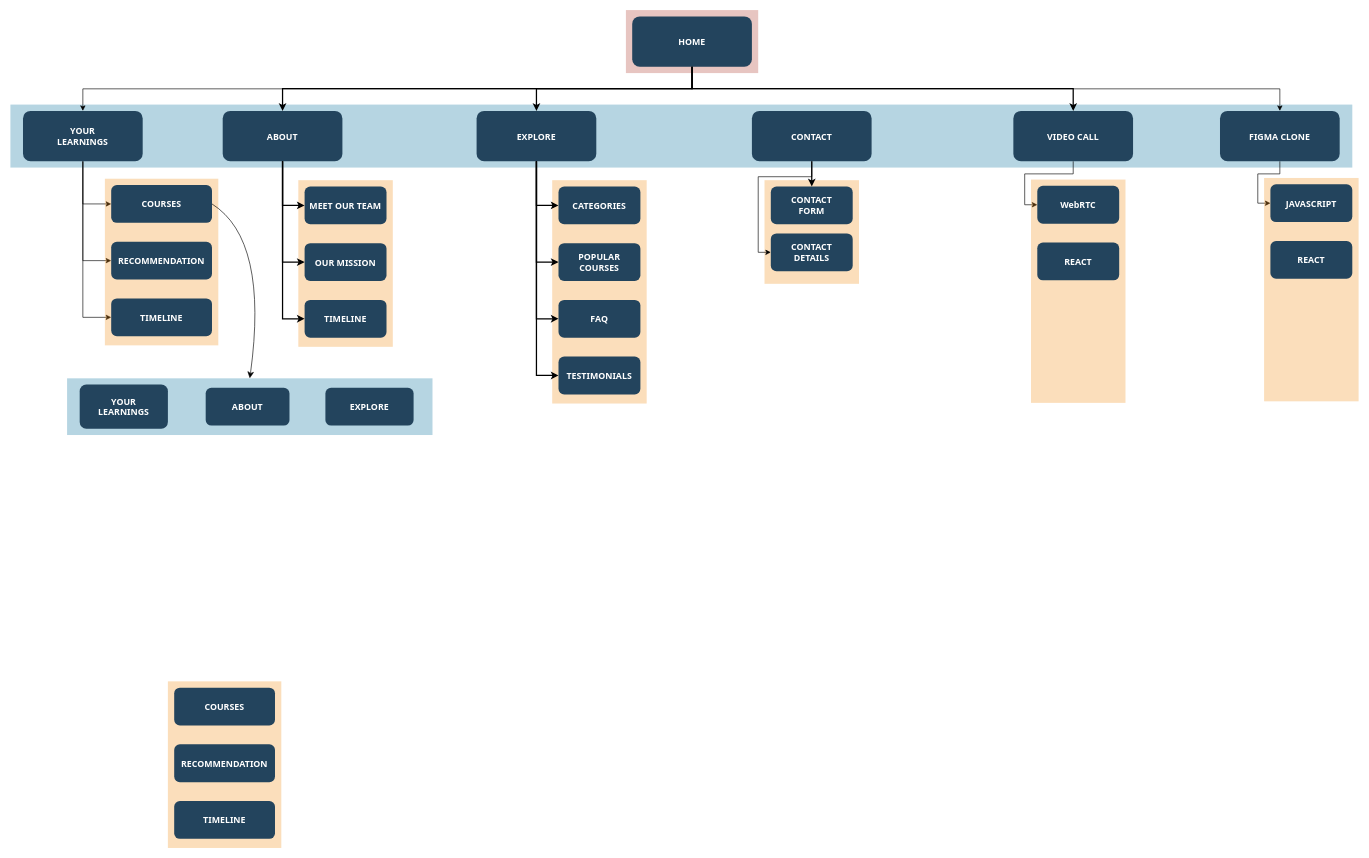
Above: Sitemap.drawio in ayush-ranjan07/DynamiX (draw.io), before the change. Source tidied: cells renumbered, new cells numbered last; positions are measured from the earlier drawing's top-left corner, leaving out a move shared by most shapes. Both pictures are drawn from the tidied source at 63%, with x=0, y=0 at pixel (10, 10).
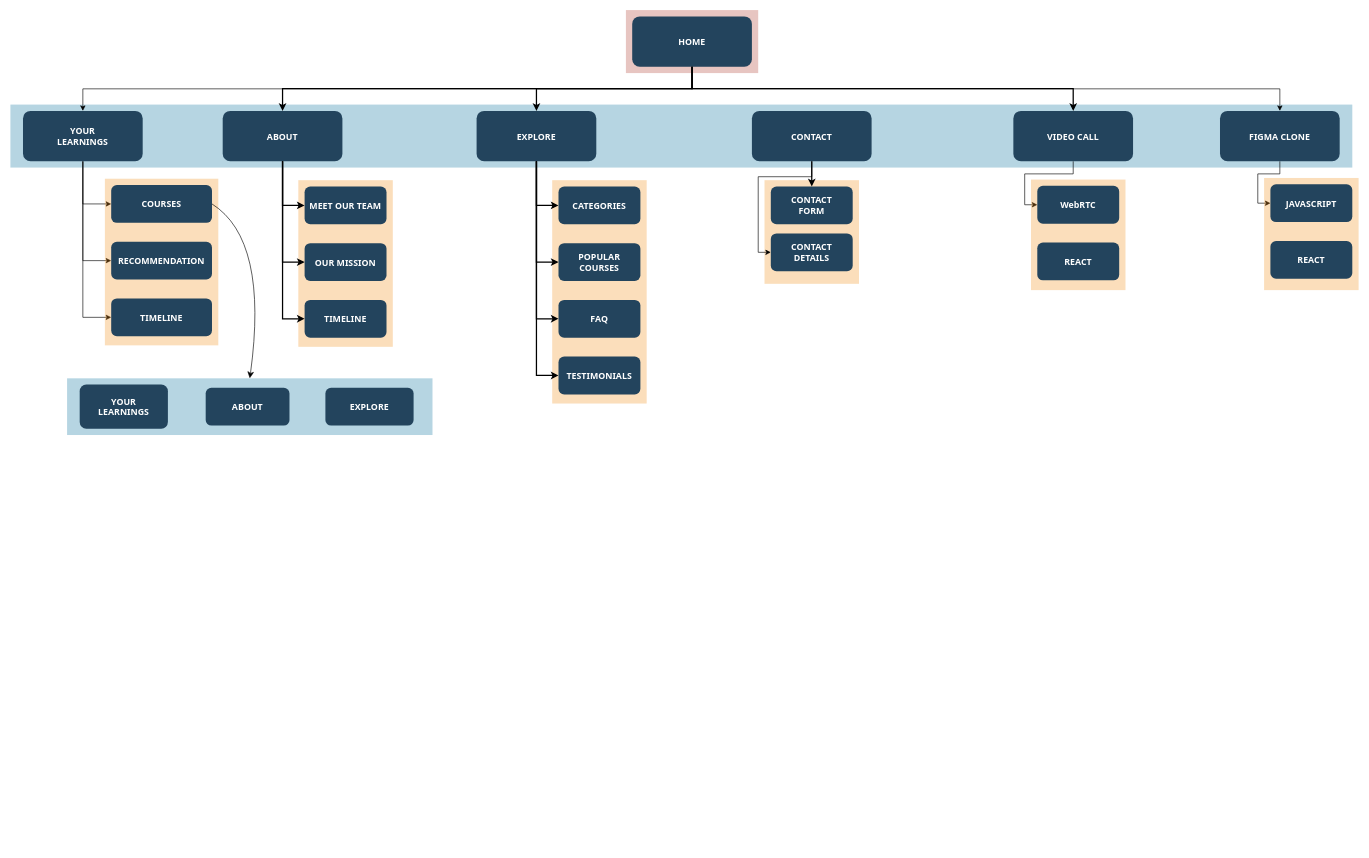
The same diagram, later.

What changed in the source:
```diff
@@
-    <mxCell id="48" style="fillColor=#F2931E;strokeColor=none;opacity=30;" parent="1" vertex="1">
-      <mxGeometry x="250" y="1065" width="180" height="264.5" as="geometry" />
-    </mxCell>
-    <mxCell id="49" value="COURSES" style="rounded=1;fillColor=#23445D;gradientColor=none;strokeColor=none;fontColor=#FFFFFF;fontStyle=1;fontFamily=Tahoma;fontSize=14;" parent="1" vertex="1">
-      <mxGeometry x="260" y="1075" width="160" height="60" as="geometry" />
-    </mxCell>
-    <mxCell id="50" value="RECOMMENDATION" style="rounded=1;fillColor=#23445D;gradientColor=none;strokeColor=none;fontColor=#FFFFFF;fontStyle=1;fontFamily=Tahoma;fontSize=14;" parent="1" vertex="1">
-      <mxGeometry x="260" y="1165" width="160" height="60" as="geometry" />
-    </mxCell>
-    <mxCell id="51" value="TIMELINE" style="rounded=1;fillColor=#23445D;gradientColor=none;strokeColor=none;fontColor=#FFFFFF;fontStyle=1;fontFamily=Tahoma;fontSize=14;" parent="1" vertex="1">
-      <mxGeometry x="260" y="1255" width="160" height="60" as="geometry" />
-    </mxCell>
@@
     <mxCell id="56" style="fillColor=#F2931E;strokeColor=none;opacity=30;" parent="1" vertex="1">
-      <mxGeometry x="1620" y="268.5" width="150" height="354.5" as="geometry" />
+      <mxGeometry x="1620" y="268.5" width="150" height="175.5" as="geometry" />
     </mxCell>
@@
     <mxCell id="59" style="fillColor=#F2931E;strokeColor=none;opacity=30;" parent="1" vertex="1">
-      <mxGeometry x="1990" y="266" width="150" height="354.5" as="geometry" />
+      <mxGeometry x="1990" y="266" width="150" height="178" as="geometry" />
     </mxCell>
```
